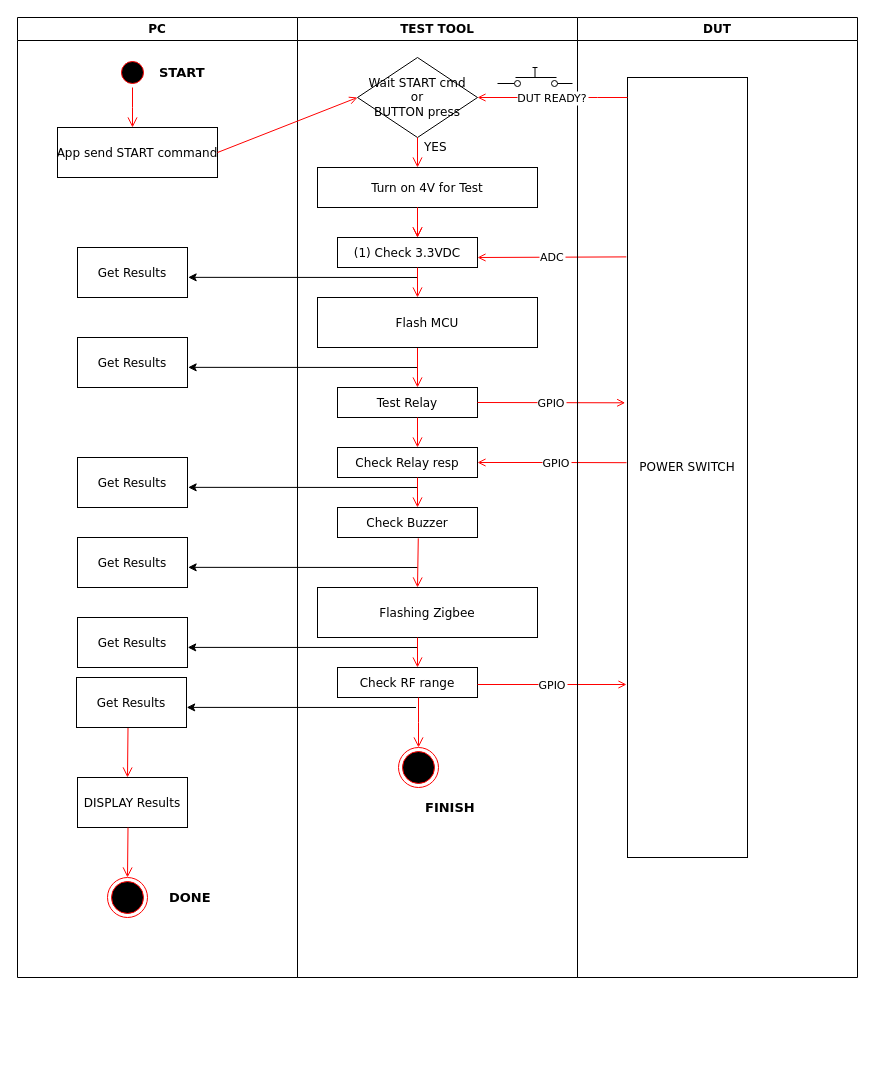
Above: Touch_Test_flow.drawio in anhvanthe/01_my_drawio (draw.io), before the change. Source tidied: cells renumbered, new cells numbered last; positions are measured from the earlier drawing's top-left corner, leaving out a move shared by most shapes. Both pictures are drawn from the tidied source at 100%, with x=0, y=0 at pixel (17, 17).
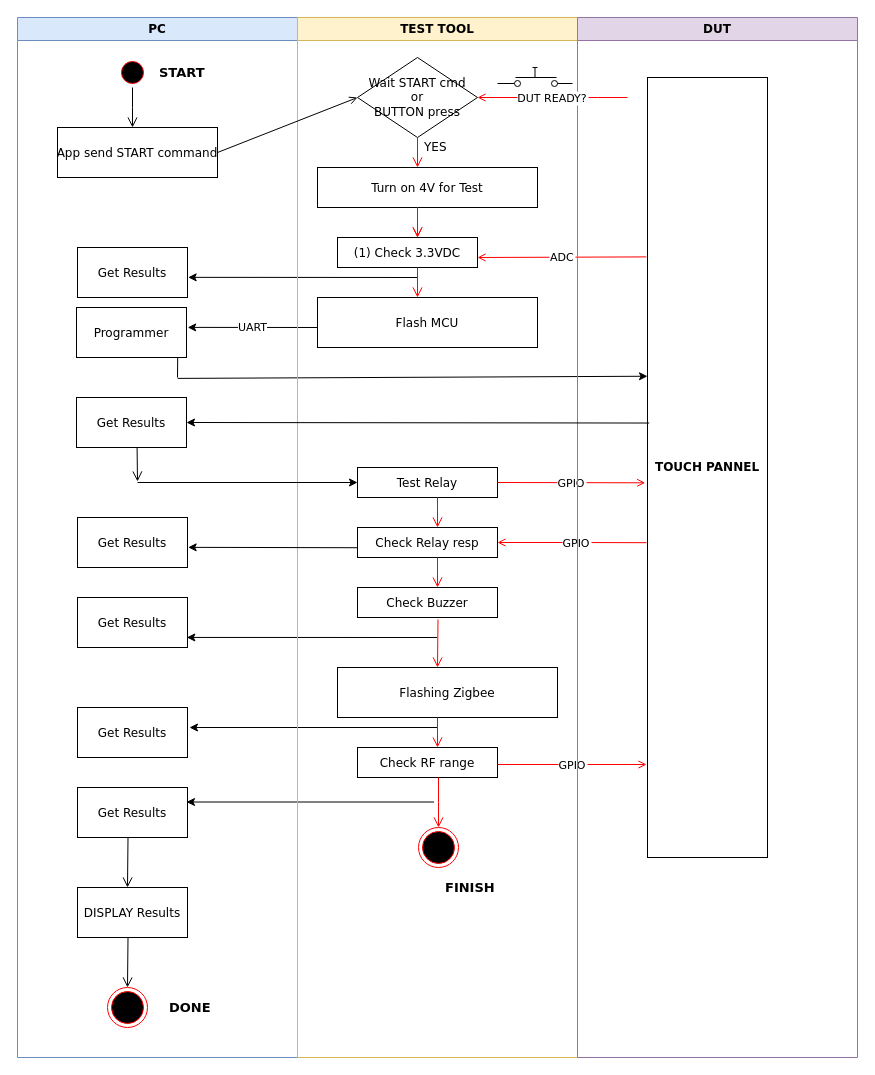
The same page after the edit.

Unchanged cells that the change refers to:
```xml
<mxCell id="3" style="ellipse;shape=startState;fillColor=#000000;strokeColor=#ff0000;fontFamily=Verdana;" parent="2" vertex="1">
  <mxGeometry x="100" y="40" width="30" height="30" as="geometry" />
</mxCell>
<mxCell id="5" value="App send START command" style="fontFamily=Verdana;" parent="2" vertex="1">
  <mxGeometry x="40" y="110" width="160" height="50" as="geometry" />
</mxCell>
<mxCell id="34" value="Wait START cmd&lt;br&gt;or&lt;br&gt;BUTTON press" style="rhombus;whiteSpace=wrap;html=1;fontFamily=Verdana;" parent="25" vertex="1">
  <mxGeometry x="60" y="40" width="120" height="80" as="geometry" />
</mxCell>
```

Change to the diagram source:
```diff
@@
-    <mxCell id="2" value="PC" style="swimlane;whiteSpace=wrap;fontFamily=Verdana;" parent="1" vertex="1">
-      <mxGeometry width="280" height="960" as="geometry" />
+    <mxCell id="2" value="PC" style="swimlane;whiteSpace=wrap;fontFamily=Verdana;fillColor=#dae8fc;strokeColor=#6c8ebf;" parent="1" vertex="1">
+      <mxGeometry width="280" height="1040" as="geometry" />
     </mxCell>
+    <mxCell id="56" style="edgeStyle=elbowEdgeStyle;elbow=horizontal;verticalAlign=bottom;endArrow=open;endSize=8;strokeColor=#000000;endFill=1;rounded=0;fontFamily=Verdana;" parent="2" edge="1">
+      <mxGeometry x="-55.5" y="274" as="geometry">
+        <mxPoint x="119.5" y="424" as="sourcePoint" />
+        <mxPoint x="119.6" y="464" as="targetPoint" />
+      </mxGeometry>
+    </mxCell>
@@
-    <mxCell id="4" style="edgeStyle=elbowEdgeStyle;elbow=horizontal;verticalAlign=bottom;endArrow=open;endSize=8;strokeColor=#FF0000;endFill=1;rounded=0;fontFamily=Verdana;" parent="2" edge="1" source="3" target="5">
+    <mxCell id="4" style="edgeStyle=elbowEdgeStyle;elbow=horizontal;verticalAlign=bottom;endArrow=open;endSize=8;strokeColor=#000000;endFill=1;rounded=0;fontFamily=Verdana;" parent="2" edge="1" source="3" target="5">
       <mxGeometry x="100" y="40" as="geometry" />
     </mxCell>
@@
     <mxCell id="9" value="Get Results" style="fontFamily=Verdana;" parent="2" vertex="1">
-      <mxGeometry x="60" y="520" width="110" height="50" as="geometry" />
+      <mxGeometry x="60" y="580" width="110" height="50" as="geometry" />
     </mxCell>
-    <mxCell id="10" style="endArrow=classic;html=1;entryX=1.006;entryY=0.597;entryDx=0;entryDy=0;entryPerimeter=0;fontFamily=Verdana;" parent="2" edge="1" target="9">
-      <mxGeometry relative="1" as="geometry">
-        <mxPoint x="400" y="550" as="sourcePoint" />
-      </mxGeometry>
-    </mxCell>
     <mxCell id="11" value="DISPLAY Results" style="fontFamily=Verdana;" parent="2" vertex="1">
-      <mxGeometry x="60" y="760" width="110" height="50" as="geometry" />
+      <mxGeometry x="60" y="870" width="110" height="50" as="geometry" />
     </mxCell>
-    <mxCell id="12" style="edgeStyle=elbowEdgeStyle;elbow=horizontal;verticalAlign=bottom;endArrow=open;endSize=8;strokeColor=#FF0000;endFill=1;rounded=0;fontFamily=Verdana;" parent="2" edge="1">
-      <mxGeometry x="-4024.5" y="-530" as="geometry">
-        <mxPoint x="110.5" y="710" as="sourcePoint" />
-        <mxPoint x="110" y="760" as="targetPoint" />
+    <mxCell id="12" style="edgeStyle=elbowEdgeStyle;elbow=horizontal;verticalAlign=bottom;endArrow=open;endSize=8;strokeColor=#000000;endFill=1;rounded=0;fontFamily=Verdana;" parent="2" edge="1">
+      <mxGeometry x="-4024.5" y="-420" as="geometry">
+        <mxPoint x="110.5" y="820" as="sourcePoint" />
+        <mxPoint x="110" y="870" as="targetPoint" />
       </mxGeometry>
     </mxCell>
-    <mxCell id="13" style="edgeStyle=elbowEdgeStyle;elbow=horizontal;verticalAlign=bottom;endArrow=open;endSize=8;strokeColor=#FF0000;endFill=1;rounded=0;fontFamily=Verdana;" parent="2" edge="1">
-      <mxGeometry x="-4184.5" y="-550" as="geometry">
-        <mxPoint x="110.5" y="810" as="sourcePoint" />
-        <mxPoint x="110" y="860" as="targetPoint" />
+    <mxCell id="13" style="edgeStyle=elbowEdgeStyle;elbow=horizontal;verticalAlign=bottom;endArrow=open;endSize=8;strokeColor=#000000;endFill=1;rounded=0;fontFamily=Verdana;" parent="2" edge="1">
+      <mxGeometry x="-4184.5" y="-440" as="geometry">
+        <mxPoint x="110.5" y="920" as="sourcePoint" />
+        <mxPoint x="110" y="970" as="targetPoint" />
       </mxGeometry>
     </mxCell>
     <mxCell id="14" style="ellipse;shape=endState;fillColor=#000000;strokeColor=#ff0000;fontFamily=Verdana;" parent="2" vertex="1">
-      <mxGeometry x="90" y="860" width="40" height="40" as="geometry" />
+      <mxGeometry x="90" y="970" width="40" height="40" as="geometry" />
     </mxCell>
     <mxCell id="15" value="&lt;font style=&quot;font-size: 13px&quot;&gt;&lt;b&gt;DONE&lt;/b&gt;&lt;/font&gt;" style="text;html=1;align=left;verticalAlign=top;spacingTop=-4;fontFamily=Verdana;" parent="2" vertex="1">
-      <mxGeometry x="150" y="870" width="60" height="20" as="geometry" />
+      <mxGeometry x="150" y="980" width="60" height="20" as="geometry" />
     </mxCell>
-    <mxCell id="16" value="Get Results" style="fontFamily=Verdana;" parent="2" vertex="1">
-      <mxGeometry x="60" y="320" width="110" height="50" as="geometry" />
+    <mxCell id="16" value="Programmer" style="fontFamily=Verdana;" parent="2" vertex="1">
+      <mxGeometry x="59" y="290" width="110" height="50" as="geometry" />
     </mxCell>
-    <mxCell id="17" style="endArrow=classic;html=1;entryX=1.006;entryY=0.597;entryDx=0;entryDy=0;entryPerimeter=0;fontFamily=Verdana;" parent="2" edge="1" target="16">
-      <mxGeometry relative="1" as="geometry">
-        <mxPoint x="400" y="350" as="sourcePoint" />
-      </mxGeometry>
-    </mxCell>
-    <mxCell id="18" style="edgeStyle=elbowEdgeStyle;elbow=horizontal;verticalAlign=bottom;endArrow=open;endSize=8;strokeColor=#FF0000;endFill=1;rounded=0;fontFamily=Verdana;entryX=0.57;entryY=0;entryDx=0;entryDy=0;entryPerimeter=0;" parent="2" edge="1" target="37">
-      <mxGeometry x="-655" y="-70" as="geometry">
-        <mxPoint x="400" y="330" as="sourcePoint" />
-      </mxGeometry>
-    </mxCell>
     <mxCell id="19" value="Get Results" style="fontFamily=Verdana;" parent="2" vertex="1">
-      <mxGeometry x="60" y="440" width="110" height="50" as="geometry" />
+      <mxGeometry x="60" y="500" width="110" height="50" as="geometry" />
     </mxCell>
-    <mxCell id="20" style="endArrow=classic;html=1;entryX=1.006;entryY=0.597;entryDx=0;entryDy=0;entryPerimeter=0;fontFamily=Verdana;" parent="2" edge="1" target="19">
-      <mxGeometry relative="1" as="geometry">
-        <mxPoint x="400" y="470" as="sourcePoint" />
-      </mxGeometry>
-    </mxCell>
     <mxCell id="21" value="Get Results" style="fontFamily=Verdana;" parent="2" vertex="1">
-      <mxGeometry x="60" y="600" width="110" height="50" as="geometry" />
+      <mxGeometry x="60" y="690" width="110" height="50" as="geometry" />
     </mxCell>
-    <mxCell id="22" style="endArrow=classic;html=1;entryX=1.006;entryY=0.597;entryDx=0;entryDy=0;entryPerimeter=0;fontFamily=Verdana;" parent="2" edge="1">
+    <mxCell id="22" style="endArrow=classic;html=1;entryX=0.994;entryY=0.799;entryDx=0;entryDy=0;entryPerimeter=0;fontFamily=Verdana;" parent="2" edge="1" target="9">
       <mxGeometry relative="1" as="geometry">
-        <mxPoint x="399.5" y="630" as="sourcePoint" />
-        <mxPoint x="170.2" y="629.9" as="targetPoint" />
+        <mxPoint x="419.5" y="620" as="sourcePoint" />
       </mxGeometry>
     </mxCell>
     <mxCell id="23" value="Get Results" style="fontFamily=Verdana;" parent="2" vertex="1">
-      <mxGeometry x="59" y="660" width="110" height="50" as="geometry" />
+      <mxGeometry x="60" y="770" width="110" height="50" as="geometry" />
     </mxCell>
-    <mxCell id="24" style="endArrow=classic;html=1;entryX=1.006;entryY=0.597;entryDx=0;entryDy=0;entryPerimeter=0;fontFamily=Verdana;" parent="2" edge="1">
+    <mxCell id="24" style="endArrow=classic;html=1;entryX=1.018;entryY=0.4;entryDx=0;entryDy=0;entryPerimeter=0;fontFamily=Verdana;" parent="2" edge="1" target="21">
       <mxGeometry relative="1" as="geometry">
-        <mxPoint x="398.5" y="690" as="sourcePoint" />
-        <mxPoint x="169.2" y="689.9" as="targetPoint" />
+        <mxPoint x="419.5" y="710" as="sourcePoint" />
       </mxGeometry>
     </mxCell>
+    <mxCell id="57" value="UART" style="endArrow=classic;html=1;entryX=1.006;entryY=0.597;entryDx=0;entryDy=0;entryPerimeter=0;fontFamily=Verdana;" parent="2" edge="1">
+      <mxGeometry relative="1" as="geometry">
+        <mxPoint x="299.5" y="310" as="sourcePoint" />
+        <mxPoint x="170.2" y="309.9" as="targetPoint" />
+      </mxGeometry>
+    </mxCell>
+    <mxCell id="58" style="endArrow=classic;html=1;entryX=0;entryY=0.383;entryDx=0;entryDy=0;entryPerimeter=0;fontFamily=Verdana;" parent="2" edge="1" target="53">
+      <mxGeometry relative="1" as="geometry">
+        <mxPoint x="160.2" y="360.9" as="sourcePoint" />
+      </mxGeometry>
+    </mxCell>
+    <mxCell id="59" style="endArrow=none;html=1;exitX=0.92;exitY=1.008;exitDx=0;exitDy=0;exitPerimeter=0;" parent="2" edge="1" source="16">
+      <mxGeometry relative="1" as="geometry">
+        <mxPoint x="160" y="360" as="targetPoint" />
+      </mxGeometry>
+    </mxCell>
+    <mxCell id="60" value="Get Results" style="fontFamily=Verdana;" parent="2" vertex="1">
+      <mxGeometry x="59" y="380" width="110" height="50" as="geometry" />
+    </mxCell>
+    <mxCell id="61" style="endArrow=classic;html=1;entryX=1.018;entryY=0.4;entryDx=0;entryDy=0;entryPerimeter=0;fontFamily=Verdana;" parent="2" edge="1">
+      <mxGeometry relative="1" as="geometry">
+        <mxPoint x="416.5" y="784.5" as="sourcePoint" />
+        <mxPoint x="169" y="784.5" as="targetPoint" />
+      </mxGeometry>
+    </mxCell>
-    <mxCell id="25" value="TEST TOOL" style="swimlane;whiteSpace=wrap;startSize=23;fontFamily=Verdana;" parent="1" vertex="1">
-      <mxGeometry x="280" width="280" height="960" as="geometry" />
+    <mxCell id="25" value="TEST TOOL" style="swimlane;whiteSpace=wrap;startSize=23;fontFamily=Verdana;fillColor=#fff2cc;strokeColor=#d6b656;" parent="1" vertex="1">
+      <mxGeometry x="280" width="280" height="1040" as="geometry" />
     </mxCell>
@@
     <mxCell id="33" value="Flashing Zigbee" style="fontFamily=Verdana;" parent="25" vertex="1">
-      <mxGeometry x="20" y="570" width="220" height="50" as="geometry" />
+      <mxGeometry x="40" y="650" width="220" height="50" as="geometry" />
     </mxCell>
@@
     <mxCell id="37" value="Test Relay" style="fontFamily=Verdana;" parent="25" vertex="1">
-      <mxGeometry x="40" y="370" width="140" height="30" as="geometry" />
+      <mxGeometry x="60" y="450" width="140" height="30" as="geometry" />
     </mxCell>
     <mxCell id="38" value="Check Relay resp" style="fontFamily=Verdana;" parent="25" vertex="1">
-      <mxGeometry x="40" y="430" width="140" height="30" as="geometry" />
+      <mxGeometry x="60" y="510" width="140" height="30" as="geometry" />
     </mxCell>
     <mxCell id="39" value="GPIO" style="endArrow=open;strokeColor=#FF0000;endFill=1;rounded=0;fontFamily=Verdana;exitX=-0.019;exitY=0.386;exitDx=0;exitDy=0;exitPerimeter=0;" parent="25" edge="1">
       <mxGeometry relative="1" as="geometry">
-        <mxPoint x="180" y="385" as="sourcePoint" />
-        <mxPoint x="327.7" y="385.3" as="targetPoint" />
+        <mxPoint x="200" y="465" as="sourcePoint" />
+        <mxPoint x="347.7" y="465.3" as="targetPoint" />
       </mxGeometry>
     </mxCell>
     <mxCell id="40" style="edgeStyle=elbowEdgeStyle;elbow=horizontal;verticalAlign=bottom;endArrow=open;endSize=8;strokeColor=#FF0000;endFill=1;rounded=0;fontFamily=Verdana;" parent="25" edge="1">
-      <mxGeometry x="-935" as="geometry">
-        <mxPoint x="120" y="400" as="sourcePoint" />
-        <mxPoint x="119.8" y="430" as="targetPoint" />
+      <mxGeometry x="-915" y="80" as="geometry">
+        <mxPoint x="140" y="480" as="sourcePoint" />
+        <mxPoint x="139.8" y="510" as="targetPoint" />
       </mxGeometry>
     </mxCell>
     <mxCell id="41" value="Check RF range" style="fontFamily=Verdana;" parent="25" vertex="1">
-      <mxGeometry x="40" y="650" width="140" height="30" as="geometry" />
+      <mxGeometry x="60" y="730" width="140" height="30" as="geometry" />
     </mxCell>
     <mxCell id="42" value="GPIO" style="endArrow=open;strokeColor=#FF0000;endFill=1;rounded=0;fontFamily=Verdana;exitX=-0.012;exitY=0.578;exitDx=0;exitDy=0;exitPerimeter=0;" parent="25" edge="1">
       <mxGeometry relative="1" as="geometry">
-        <mxPoint x="180" y="667" as="sourcePoint" />
-        <mxPoint x="329" y="667" as="targetPoint" />
+        <mxPoint x="200" y="747" as="sourcePoint" />
+        <mxPoint x="349" y="747" as="targetPoint" />
         <Array as="points">
-          <mxPoint x="250" y="667" />
+          <mxPoint x="270" y="747" />
         </Array>
       </mxGeometry>
     </mxCell>
     <mxCell id="43" style="edgeStyle=elbowEdgeStyle;elbow=horizontal;verticalAlign=bottom;endArrow=open;endSize=8;strokeColor=#FF0000;endFill=1;rounded=0;fontFamily=Verdana;" parent="25" edge="1">
-      <mxGeometry x="-1855" y="220" as="geometry">
-        <mxPoint x="120" y="620" as="sourcePoint" />
-        <mxPoint x="119.8" y="650" as="targetPoint" />
+      <mxGeometry x="-1835" y="300" as="geometry">
+        <mxPoint x="140" y="700" as="sourcePoint" />
+        <mxPoint x="139.8" y="730" as="targetPoint" />
       </mxGeometry>
     </mxCell>
     <mxCell id="44" style="edgeStyle=elbowEdgeStyle;elbow=horizontal;verticalAlign=bottom;endArrow=open;endSize=8;strokeColor=#FF0000;endFill=1;rounded=0;fontFamily=Verdana;" parent="25" edge="1">
-      <mxGeometry x="-3614" y="-200" as="geometry">
-        <mxPoint x="121" y="680" as="sourcePoint" />
-        <mxPoint x="121" y="730" as="targetPoint" />
+      <mxGeometry x="-3594" y="-120" as="geometry">
+        <mxPoint x="141" y="760" as="sourcePoint" />
+        <mxPoint x="141" y="810" as="targetPoint" />
       </mxGeometry>
     </mxCell>
@@
     <mxCell id="46" style="ellipse;shape=endState;fillColor=#000000;strokeColor=#ff0000;fontFamily=Verdana;" parent="25" vertex="1">
-      <mxGeometry x="101" y="730" width="40" height="40" as="geometry" />
+      <mxGeometry x="121" y="810" width="40" height="40" as="geometry" />
     </mxCell>
     <mxCell id="47" value="&lt;font style=&quot;font-size: 13px&quot;&gt;&lt;b&gt;FINISH&lt;/b&gt;&lt;/font&gt;" style="text;html=1;align=left;verticalAlign=top;spacingTop=-4;fontFamily=Verdana;" parent="25" vertex="1">
-      <mxGeometry x="125.5" y="780" width="70" height="20" as="geometry" />
+      <mxGeometry x="145.5" y="860" width="70" height="20" as="geometry" />
     </mxCell>
     <mxCell id="48" value="GPIO" style="endArrow=open;strokeColor=#FF0000;endFill=1;rounded=0;fontFamily=Verdana;exitX=0;exitY=0.445;exitDx=0;exitDy=0;exitPerimeter=0;" parent="25" edge="1">
       <mxGeometry x="-0.06" relative="1" as="geometry">
-        <mxPoint x="329" y="445.2" as="sourcePoint" />
-        <mxPoint x="180" y="445" as="targetPoint" />
+        <mxPoint x="349" y="525.2" as="sourcePoint" />
+        <mxPoint x="200" y="525" as="targetPoint" />
         <Array as="points">
-          <mxPoint x="260" y="445" />
+          <mxPoint x="280" y="525" />
         </Array>
       </mxGeometry>
     </mxCell>
     <mxCell id="49" value="Check Buzzer" style="fontFamily=Verdana;" parent="25" vertex="1">
-      <mxGeometry x="40" y="490" width="140" height="30" as="geometry" />
+      <mxGeometry x="60" y="570" width="140" height="30" as="geometry" />
     </mxCell>
     <mxCell id="50" style="edgeStyle=elbowEdgeStyle;elbow=horizontal;verticalAlign=bottom;endArrow=open;endSize=8;strokeColor=#FF0000;endFill=1;rounded=0;fontFamily=Verdana;" parent="25" edge="1">
-      <mxGeometry x="-1375" y="-60" as="geometry">
-        <mxPoint x="120" y="460" as="sourcePoint" />
-        <mxPoint x="119.8" y="490" as="targetPoint" />
+      <mxGeometry x="-1355" y="20" as="geometry">
+        <mxPoint x="140" y="540" as="sourcePoint" />
+        <mxPoint x="139.8" y="570" as="targetPoint" />
       </mxGeometry>
     </mxCell>
-    <mxCell id="51" style="edgeStyle=elbowEdgeStyle;elbow=horizontal;verticalAlign=bottom;endArrow=open;endSize=8;strokeColor=#FF0000;endFill=1;rounded=0;fontFamily=Verdana;exitX=0.577;exitY=1.028;exitDx=0;exitDy=0;exitPerimeter=0;" parent="25" edge="1" source="49">
-      <mxGeometry x="-1094.5" y="10" as="geometry">
-        <mxPoint x="120" y="570" as="targetPoint" />
-      </mxGeometry>
-    </mxCell>
+    <mxCell id="62" style="endArrow=classic;html=1;" parent="25" edge="1">
+      <mxGeometry relative="1" as="geometry">
+        <mxPoint x="-160" y="465" as="sourcePoint" />
+        <mxPoint x="60" y="465" as="targetPoint" />
+      </mxGeometry>
+    </mxCell>
+    <mxCell id="63" style="edgeStyle=elbowEdgeStyle;elbow=horizontal;verticalAlign=bottom;endArrow=open;endSize=8;strokeColor=#FF0000;endFill=1;rounded=0;fontFamily=Verdana;exitX=0.575;exitY=1.065;exitDx=0;exitDy=0;exitPerimeter=0;" parent="25" edge="1" source="49">
+      <mxGeometry x="-1795" y="-20" as="geometry">
+        <mxPoint x="139.8" y="650" as="targetPoint" />
+        <Array as="points">
+          <mxPoint x="140" y="670" />
+        </Array>
+      </mxGeometry>
+    </mxCell>
-    <mxCell id="52" value="DUT" style="swimlane;whiteSpace=wrap;fontFamily=Verdana;" parent="1" vertex="1">
-      <mxGeometry x="560" width="280" height="960" as="geometry" />
+    <mxCell id="52" value="DUT" style="swimlane;whiteSpace=wrap;fontFamily=Verdana;fillColor=#e1d5e7;strokeColor=#9673a6;" parent="1" vertex="1">
+      <mxGeometry x="560" width="280" height="1040" as="geometry" />
     </mxCell>
-    <mxCell id="53" value="POWER SWITCH" style="rounded=0;whiteSpace=wrap;html=1;fontFamily=Verdana;" parent="52" vertex="1">
-      <mxGeometry x="50" y="60" width="120" height="780" as="geometry" />
+    <mxCell id="53" value="&lt;b&gt;TOUCH PANNEL&lt;/b&gt;" style="rounded=0;whiteSpace=wrap;html=1;fontFamily=Verdana;" parent="52" vertex="1">
+      <mxGeometry x="70" y="60" width="120" height="780" as="geometry" />
     </mxCell>
@@
-    <mxCell id="55" style="endArrow=open;strokeColor=#FF0000;endFill=1;rounded=0;entryX=0;entryY=0.5;entryDx=0;entryDy=0;exitX=1;exitY=0.5;exitDx=0;exitDy=0;fontFamily=Verdana;" parent="1" edge="1" source="5" target="34">
+    <mxCell id="55" style="endArrow=open;strokeColor=#000000;endFill=1;rounded=0;entryX=0;entryY=0.5;entryDx=0;entryDy=0;exitX=1;exitY=0.5;exitDx=0;exitDy=0;fontFamily=Verdana;" parent="1" edge="1" source="5" target="34">
       <mxGeometry relative="1" as="geometry" />
     </mxCell>
+    <mxCell id="20" style="endArrow=classic;html=1;entryX=1.006;entryY=0.597;entryDx=0;entryDy=0;entryPerimeter=0;fontFamily=Verdana;exitX=-0.001;exitY=0.674;exitDx=0;exitDy=0;exitPerimeter=0;" parent="1" edge="1" source="38" target="19">
+      <mxGeometry relative="1" as="geometry" />
+    </mxCell>
+    <mxCell id="64" style="endArrow=classic;html=1;entryX=1;entryY=0.5;entryDx=0;entryDy=0;exitX=0.014;exitY=0.443;exitDx=0;exitDy=0;exitPerimeter=0;" parent="1" edge="1" source="53" target="60">
+      <mxGeometry relative="1" as="geometry" />
+    </mxCell>
```
